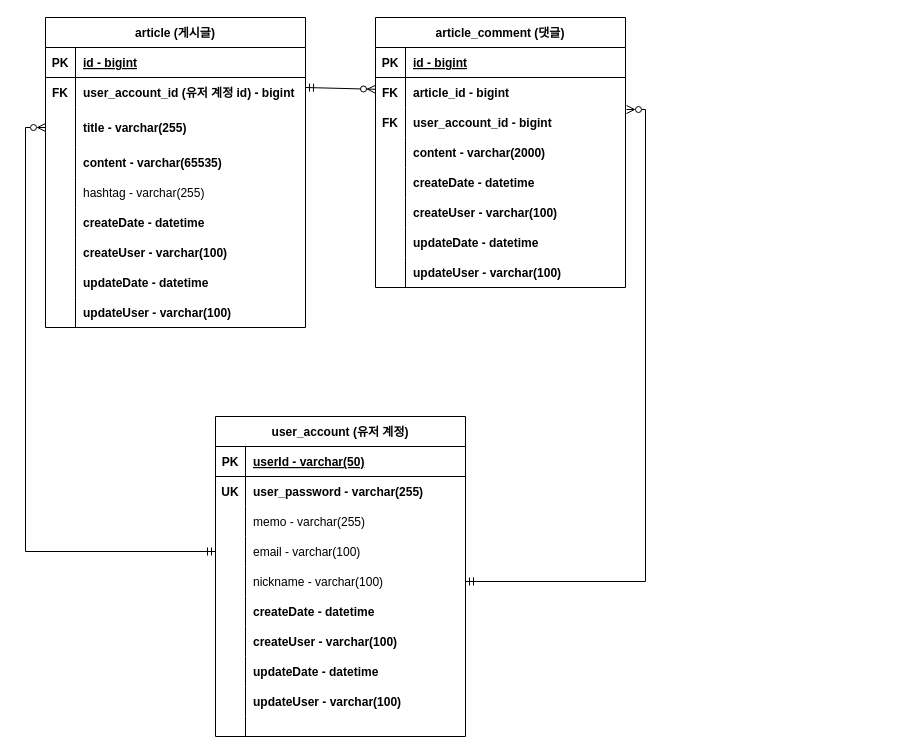
The draw.io diagram document/boardProjectERD.drawio in ChoiHyunGeun/fastcampus-project-board, before the edit. Source tidied: cells renumbered, new cells numbered last; positions are measured from the earlier drawing's top-left corner, leaving out a move shared by most shapes. Both pictures are drawn from the tidied source at 100%, with x=0, y=0 at pixel (45, 17).
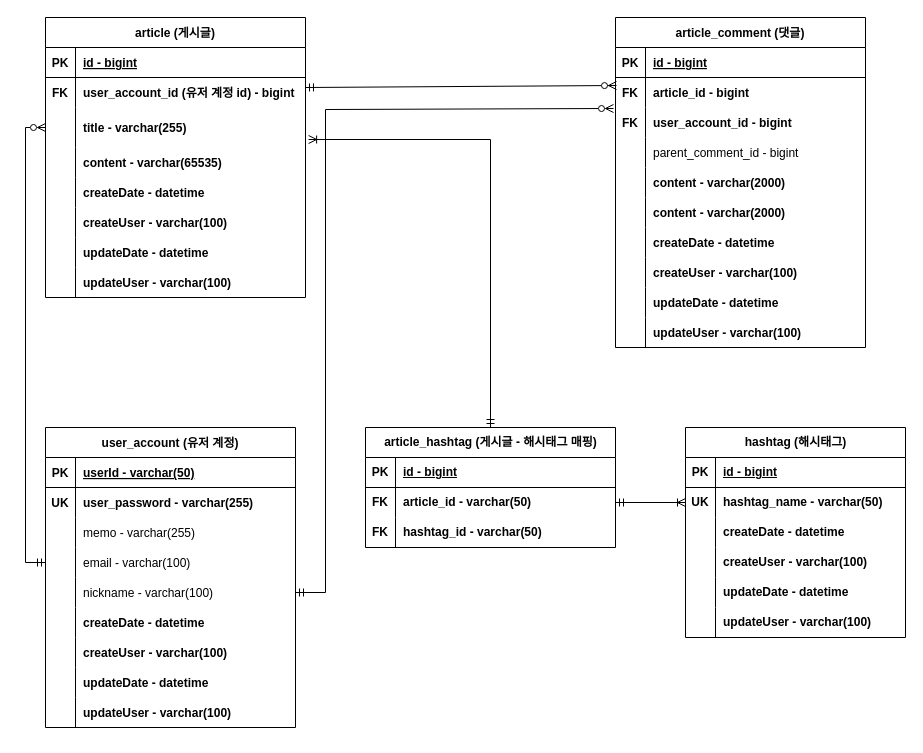
The same diagram, later.

The change refers to these unchanged cells:
```xml
<mxCell id="7" style="shape=partialRectangle;fillColor=none;points=[[0,0.5],[1,0.5]];portConstraint=eastwest;top=0;left=0;right=0;bottom=0;fontStyle=1;" parent="3" vertex="1">
  <mxGeometry y="60" width="250" height="30" as="geometry" />
</mxCell>
<mxCell id="10" style="shape=partialRectangle;fillColor=none;points=[[0,0.5],[1,0.5]];portConstraint=eastwest;top=0;left=0;right=0;bottom=0;fontStyle=1;" parent="3" vertex="1">
  <mxGeometry y="90" width="250" height="30" as="geometry" />
</mxCell>
<mxCell id="38" style="shape=partialRectangle;fillColor=none;points=[[0,0.5],[1,0.5]];portConstraint=eastwest;top=0;left=0;right=0;bottom=0;" parent="28" vertex="1">
  <mxGeometry y="120" width="250" height="30" as="geometry" />
</mxCell>
<mxCell id="41" style="shape=partialRectangle;fillColor=none;points=[[0,0.5],[1,0.5]];portConstraint=eastwest;top=0;left=0;right=0;bottom=0;" parent="28" vertex="1">
  <mxGeometry y="150" width="250" height="30" as="geometry" />
</mxCell>
<mxCell id="66" style="shape=partialRectangle;fillColor=none;points=[[0,0.5],[1,0.5]];portConstraint=eastwest;top=0;left=0;right=0;bottom=0;fontStyle=1;" parent="59" vertex="1">
  <mxGeometry y="90" width="260" height="40" as="geometry" />
</mxCell>
```

Diff of the diagram source:
```diff
@@
-    <mxCell id="2" style="endArrow=ERzeroToMany;startArrow=ERmandOne;endFill=1;startFill=0;" parent="1" edge="1" target="7">
+    <mxCell id="2" style="endArrow=ERzeroToMany;startArrow=ERmandOne;endFill=1;startFill=0;entryX=0.004;entryY=0.267;entryDx=0;entryDy=0;entryPerimeter=0;" parent="1" edge="1" target="7">
       <mxGeometry relative="1" as="geometry">
         <mxPoint x="260" y="70" as="sourcePoint" />
       </mxGeometry>
     </mxCell>
     <mxCell id="3" value="article_comment (댓글)" style="shape=table;startSize=30;childLayout=tableLayout;rowLines=0;fontStyle=1;align=center;" parent="1" vertex="1">
-      <mxGeometry x="330" width="250" height="270" as="geometry" />
+      <mxGeometry x="570" width="250" height="330" as="geometry" />
     </mxCell>
@@
+    <mxCell id="89" style="shape=partialRectangle;fillColor=none;top=0;left=0;right=0;bottom=0;fontStyle=1;" parent="3" vertex="1">
+      <mxGeometry y="120" width="250" height="30" as="geometry" />
+    </mxCell>
+    <mxCell id="90" style="shape=partialRectangle;overflow=hidden;fillColor=none;top=0;left=0;bottom=0;right=0;fontStyle=1;" parent="89" vertex="1">
+      <mxGeometry width="30" height="30" as="geometry" />
+    </mxCell>
+    <mxCell id="91" value="parent_comment_id - bigint" style="shape=partialRectangle;overflow=hidden;fillColor=none;top=0;left=0;bottom=0;right=0;align=left;spacingLeft=6;fontStyle=0;" parent="89" vertex="1">
+      <mxGeometry x="30" width="220" height="30" as="geometry" />
+    </mxCell>
+    <mxCell id="92" style="shape=partialRectangle;fillColor=none;top=0;left=0;right=0;bottom=0;fontStyle=1;" parent="3" vertex="1">
+      <mxGeometry y="150" width="250" height="30" as="geometry" />
+    </mxCell>
+    <mxCell id="93" style="shape=partialRectangle;overflow=hidden;fillColor=none;top=0;left=0;bottom=0;right=0;fontStyle=1;" parent="92" vertex="1">
+      <mxGeometry width="30" height="30" as="geometry" />
+    </mxCell>
+    <mxCell id="94" value="content - varchar(2000)" style="shape=partialRectangle;overflow=hidden;fillColor=none;top=0;left=0;bottom=0;right=0;align=left;spacingLeft=6;fontStyle=1;" parent="92" vertex="1">
+      <mxGeometry x="30" width="220" height="30" as="geometry" />
+    </mxCell>
     <mxCell id="13" style="shape=partialRectangle;fillColor=none;top=0;left=0;right=0;bottom=0;fontStyle=1;" parent="3" vertex="1">
-      <mxGeometry y="120" width="250" height="30" as="geometry" />
+      <mxGeometry y="180" width="250" height="30" as="geometry" />
     </mxCell>
@@
     <mxCell id="16" style="shape=partialRectangle;fillColor=none;top=0;left=0;right=0;bottom=0;fontStyle=1;" parent="3" vertex="1">
-      <mxGeometry y="150" width="250" height="30" as="geometry" />
+      <mxGeometry y="210" width="250" height="30" as="geometry" />
     </mxCell>
@@
     <mxCell id="19" style="shape=partialRectangle;fillColor=none;top=0;left=0;right=0;bottom=0;fontStyle=1;" parent="3" vertex="1">
-      <mxGeometry y="180" width="250" height="30" as="geometry" />
+      <mxGeometry y="240" width="250" height="30" as="geometry" />
     </mxCell>
@@
     <mxCell id="22" style="shape=partialRectangle;fillColor=none;top=0;left=0;right=0;bottom=0;fontStyle=1;" parent="3" vertex="1">
-      <mxGeometry y="210" width="250" height="30" as="geometry" />
+      <mxGeometry y="270" width="250" height="30" as="geometry" />
     </mxCell>
@@
     <mxCell id="25" style="shape=partialRectangle;fillColor=none;top=0;left=0;right=0;bottom=0;fontStyle=1;" parent="3" vertex="1">
-      <mxGeometry y="240" width="250" height="30" as="geometry" />
+      <mxGeometry y="300" width="250" height="30" as="geometry" />
     </mxCell>
@@
     <mxCell id="28" value="user_account (유저 계정)" style="shape=table;startSize=30;childLayout=tableLayout;rowLines=0;fontStyle=1;align=center;" parent="1" vertex="1">
-      <mxGeometry x="170" y="399" width="250" height="320" as="geometry" />
+      <mxGeometry y="410" width="250" height="300" as="geometry" />
     </mxCell>
@@
-    <mxCell id="56" style="shape=partialRectangle;fillColor=none;top=0;left=0;right=0;bottom=0;" parent="28" vertex="1">
-      <mxGeometry y="300" width="250" height="20" as="geometry" />
-    </mxCell>
-    <mxCell id="57" style="shape=partialRectangle;overflow=hidden;fillColor=none;top=0;left=0;bottom=0;right=0;" parent="56" vertex="1">
-      <mxGeometry width="30" height="20" as="geometry" />
-    </mxCell>
-    <mxCell id="58" style="shape=partialRectangle;overflow=hidden;fillColor=none;top=0;left=0;bottom=0;right=0;align=left;spacingLeft=6;" parent="56" vertex="1">
-      <mxGeometry x="30" width="220" height="20" as="geometry" />
-    </mxCell>
     <mxCell id="59" value="article (게시글)" style="shape=table;startSize=30;childLayout=tableLayout;rowLines=0;fontStyle=1;align=center;" parent="1" vertex="1">
-      <mxGeometry width="260" height="310" as="geometry" />
+      <mxGeometry width="260" height="280" as="geometry" />
     </mxCell>
@@
-    <mxCell id="72" style="shape=partialRectangle;fillColor=none;top=0;left=0;right=0;bottom=0;" parent="59" vertex="1">
-      <mxGeometry y="160" width="260" height="30" as="geometry" />
-    </mxCell>
-    <mxCell id="73" style="shape=partialRectangle;overflow=hidden;fillColor=none;top=0;left=0;bottom=0;right=0;" parent="72" vertex="1">
-      <mxGeometry width="30" height="30" as="geometry" />
-    </mxCell>
-    <mxCell id="74" value="hashtag - varchar(255)" style="shape=partialRectangle;overflow=hidden;fillColor=none;top=0;left=0;bottom=0;right=0;align=left;spacingLeft=6;" parent="72" vertex="1">
-      <mxGeometry x="30" width="230" height="30" as="geometry" />
-    </mxCell>
     <mxCell id="75" style="shape=partialRectangle;fillColor=none;top=0;left=0;right=0;bottom=0;fontStyle=1;" parent="59" vertex="1">
-      <mxGeometry y="190" width="260" height="30" as="geometry" />
+      <mxGeometry y="160" width="260" height="30" as="geometry" />
     </mxCell>
@@
     <mxCell id="78" style="shape=partialRectangle;fillColor=none;top=0;left=0;right=0;bottom=0;fontStyle=1;" parent="59" vertex="1">
-      <mxGeometry y="220" width="260" height="30" as="geometry" />
+      <mxGeometry y="190" width="260" height="30" as="geometry" />
     </mxCell>
@@
     <mxCell id="81" style="shape=partialRectangle;fillColor=none;top=0;left=0;right=0;bottom=0;fontStyle=1;" parent="59" vertex="1">
-      <mxGeometry y="250" width="260" height="30" as="geometry" />
+      <mxGeometry y="220" width="260" height="30" as="geometry" />
     </mxCell>
@@
     <mxCell id="84" style="shape=partialRectangle;fillColor=none;top=0;left=0;right=0;bottom=0;fontStyle=1;" parent="59" vertex="1">
-      <mxGeometry y="280" width="260" height="30" as="geometry" />
+      <mxGeometry y="250" width="260" height="30" as="geometry" />
     </mxCell>
@@
     <mxCell id="87" style="edgeStyle=orthogonalEdgeStyle;rounded=0;jettySize=auto;html=1;entryX=0;entryY=0.5;entryDx=0;entryDy=0;endArrow=ERzeroToMany;endFill=0;startArrow=ERmandOne;startFill=0;" parent="1" edge="1" source="38" target="66">
-      <mxGeometry relative="1" as="geometry" />
+      <mxGeometry relative="1" as="geometry">
+        <Array as="points">
+          <mxPoint x="-20" y="545" />
+          <mxPoint x="-20" y="110" />
+        </Array>
+      </mxGeometry>
     </mxCell>
-    <mxCell id="88" style="edgeStyle=orthogonalEdgeStyle;rounded=0;jettySize=auto;html=1;entryX=1.004;entryY=0.067;entryDx=0;entryDy=0;entryPerimeter=0;endArrow=ERzeroToMany;endFill=0;startArrow=ERmandOne;startFill=0;" parent="1" edge="1" source="41" target="10">
-      <mxGeometry relative="1" as="geometry" />
+    <mxCell id="88" style="edgeStyle=orthogonalEdgeStyle;rounded=0;jettySize=auto;html=1;endArrow=ERzeroToMany;endFill=0;startArrow=ERmandOne;startFill=0;entryX=-0.008;entryY=0.033;entryDx=0;entryDy=0;entryPerimeter=0;" parent="1" edge="1" source="41" target="10">
+      <mxGeometry relative="1" as="geometry">
+        <Array as="points">
+          <mxPoint x="280" y="575" />
+          <mxPoint x="280" y="92" />
+        </Array>
+      </mxGeometry>
     </mxCell>
+    <mxCell id="95" value="article_hashtag (게시글 - 해시태그 매핑)" style="shape=table;startSize=30;childLayout=tableLayout;rowLines=0;fontStyle=1;align=center;html=1;" parent="1" vertex="1">
+      <mxGeometry x="320" y="410" width="250" height="120" as="geometry" />
+    </mxCell>
+    <mxCell id="96" style="shape=tableRow;horizontal=0;startSize=0;swimlaneHead=0;swimlaneBody=0;fillColor=none;top=0;left=0;right=0;bottom=1;" parent="95" vertex="1">
+      <mxGeometry y="30" width="250" height="30" as="geometry" />
+    </mxCell>
+    <mxCell id="97" value="PK" style="shape=partialRectangle;fillColor=none;top=0;left=0;bottom=0;right=0;fontStyle=1;overflow=hidden;whiteSpace=wrap;html=1;" parent="96" vertex="1">
+      <mxGeometry width="30" height="30" as="geometry" />
+    </mxCell>
+    <mxCell id="98" value="id - bigint" style="shape=partialRectangle;fillColor=none;top=0;left=0;bottom=0;right=0;align=left;spacingLeft=6;fontStyle=5;overflow=hidden;whiteSpace=wrap;html=1;" parent="96" vertex="1">
+      <mxGeometry x="30" width="220" height="30" as="geometry" />
+    </mxCell>
+    <mxCell id="99" style="shape=tableRow;horizontal=0;startSize=0;swimlaneHead=0;swimlaneBody=0;fillColor=none;points=[[0,0.5],[1,0.5]];portConstraint=eastwest;top=0;left=0;right=0;bottom=0;" parent="95" vertex="1">
+      <mxGeometry y="60" width="250" height="30" as="geometry" />
+    </mxCell>
+    <mxCell id="100" value="FK" style="shape=partialRectangle;fillColor=none;top=0;left=0;bottom=0;right=0;overflow=hidden;whiteSpace=wrap;html=1;fontStyle=1;" parent="99" vertex="1">
+      <mxGeometry width="30" height="30" as="geometry" />
+    </mxCell>
+    <mxCell id="101" value="article_id - varchar(50)" style="shape=partialRectangle;fillColor=none;top=0;left=0;bottom=0;right=0;align=left;spacingLeft=6;overflow=hidden;whiteSpace=wrap;html=1;fontStyle=1;" parent="99" vertex="1">
+      <mxGeometry x="30" width="220" height="30" as="geometry" />
+    </mxCell>
+    <mxCell id="102" style="shape=tableRow;horizontal=0;startSize=0;swimlaneHead=0;swimlaneBody=0;fillColor=none;top=0;left=0;right=0;bottom=0;" parent="95" vertex="1">
+      <mxGeometry y="90" width="250" height="30" as="geometry" />
+    </mxCell>
+    <mxCell id="103" value="FK" style="shape=partialRectangle;fillColor=none;top=0;left=0;bottom=0;right=0;overflow=hidden;whiteSpace=wrap;html=1;fontStyle=1;" parent="102" vertex="1">
+      <mxGeometry width="30" height="30" as="geometry" />
+    </mxCell>
+    <mxCell id="104" value="&lt;b&gt;hashtag_id - varchar(50)&lt;/b&gt;" style="shape=partialRectangle;fillColor=none;top=0;left=0;bottom=0;right=0;align=left;spacingLeft=6;overflow=hidden;whiteSpace=wrap;html=1;" parent="102" vertex="1">
+      <mxGeometry x="30" width="220" height="30" as="geometry" />
+    </mxCell>
+    <mxCell id="105" value="hashtag (해시태그)" style="shape=table;startSize=30;childLayout=tableLayout;rowLines=0;fontStyle=1;align=center;html=1;" parent="1" vertex="1">
+      <mxGeometry x="640" y="410" width="220" height="210" as="geometry" />
+    </mxCell>
+    <mxCell id="106" style="shape=tableRow;horizontal=0;startSize=0;swimlaneHead=0;swimlaneBody=0;fillColor=none;top=0;left=0;right=0;bottom=1;" parent="105" vertex="1">
+      <mxGeometry y="30" width="220" height="30" as="geometry" />
+    </mxCell>
+    <mxCell id="107" value="PK" style="shape=partialRectangle;fillColor=none;top=0;left=0;bottom=0;right=0;fontStyle=1;overflow=hidden;whiteSpace=wrap;html=1;" parent="106" vertex="1">
+      <mxGeometry width="30" height="30" as="geometry" />
+    </mxCell>
+    <mxCell id="108" value="id - bigint" style="shape=partialRectangle;fillColor=none;top=0;left=0;bottom=0;right=0;align=left;spacingLeft=6;fontStyle=5;overflow=hidden;whiteSpace=wrap;html=1;" parent="106" vertex="1">
+      <mxGeometry x="30" width="190" height="30" as="geometry" />
+    </mxCell>
+    <mxCell id="109" style="shape=tableRow;horizontal=0;startSize=0;swimlaneHead=0;swimlaneBody=0;fillColor=none;points=[[0,0.5],[1,0.5]];portConstraint=eastwest;top=0;left=0;right=0;bottom=0;" parent="105" vertex="1">
+      <mxGeometry y="60" width="220" height="30" as="geometry" />
+    </mxCell>
+    <mxCell id="110" value="UK" style="shape=partialRectangle;fillColor=none;top=0;left=0;bottom=0;right=0;overflow=hidden;whiteSpace=wrap;html=1;fontStyle=1;" parent="109" vertex="1">
+      <mxGeometry width="30" height="30" as="geometry" />
+    </mxCell>
+    <mxCell id="111" value="hashtag_name - varchar(50)" style="shape=partialRectangle;fillColor=none;top=0;left=0;bottom=0;right=0;align=left;spacingLeft=6;overflow=hidden;whiteSpace=wrap;html=1;fontStyle=1;" parent="109" vertex="1">
+      <mxGeometry x="30" width="190" height="30" as="geometry" />
+    </mxCell>
+    <mxCell id="112" style="shape=tableRow;horizontal=0;startSize=0;swimlaneHead=0;swimlaneBody=0;fillColor=none;top=0;left=0;right=0;bottom=0;" parent="105" vertex="1">
+      <mxGeometry y="90" width="220" height="30" as="geometry" />
+    </mxCell>
+    <mxCell id="113" style="shape=partialRectangle;fillColor=none;top=0;left=0;bottom=0;right=0;overflow=hidden;whiteSpace=wrap;html=1;" parent="112" vertex="1">
+      <mxGeometry width="30" height="30" as="geometry" />
+    </mxCell>
+    <mxCell id="114" value="createDate - datetime" style="shape=partialRectangle;fillColor=none;top=0;left=0;bottom=0;right=0;align=left;spacingLeft=6;overflow=hidden;whiteSpace=wrap;html=1;fontStyle=1;" parent="112" vertex="1">
+      <mxGeometry x="30" width="190" height="30" as="geometry" />
+    </mxCell>
+    <mxCell id="115" style="shape=tableRow;horizontal=0;startSize=0;swimlaneHead=0;swimlaneBody=0;fillColor=none;top=0;left=0;right=0;bottom=0;" parent="105" vertex="1">
+      <mxGeometry y="120" width="220" height="30" as="geometry" />
+    </mxCell>
+    <mxCell id="116" style="shape=partialRectangle;fillColor=none;top=0;left=0;bottom=0;right=0;overflow=hidden;whiteSpace=wrap;html=1;" parent="115" vertex="1">
+      <mxGeometry width="30" height="30" as="geometry" />
+    </mxCell>
+    <mxCell id="117" value="createUser - varchar(100)" style="shape=partialRectangle;fillColor=none;top=0;left=0;bottom=0;right=0;align=left;spacingLeft=6;overflow=hidden;whiteSpace=wrap;html=1;fontStyle=1;" parent="115" vertex="1">
+      <mxGeometry x="30" width="190" height="30" as="geometry" />
+    </mxCell>
+    <mxCell id="118" style="shape=tableRow;horizontal=0;startSize=0;swimlaneHead=0;swimlaneBody=0;fillColor=none;top=0;left=0;right=0;bottom=0;" parent="105" vertex="1">
+      <mxGeometry y="150" width="220" height="30" as="geometry" />
+    </mxCell>
+    <mxCell id="119" style="shape=partialRectangle;fillColor=none;top=0;left=0;bottom=0;right=0;overflow=hidden;whiteSpace=wrap;html=1;" parent="118" vertex="1">
+      <mxGeometry width="30" height="30" as="geometry" />
+    </mxCell>
+    <mxCell id="120" value="updateDate - datetime" style="shape=partialRectangle;fillColor=none;top=0;left=0;bottom=0;right=0;align=left;spacingLeft=6;overflow=hidden;whiteSpace=wrap;html=1;fontStyle=1;" parent="118" vertex="1">
+      <mxGeometry x="30" width="190" height="30" as="geometry" />
+    </mxCell>
+    <mxCell id="121" style="shape=tableRow;horizontal=0;startSize=0;swimlaneHead=0;swimlaneBody=0;fillColor=none;top=0;left=0;right=0;bottom=0;" parent="105" vertex="1">
+      <mxGeometry y="180" width="220" height="30" as="geometry" />
+    </mxCell>
+    <mxCell id="122" style="shape=partialRectangle;fillColor=none;top=0;left=0;bottom=0;right=0;overflow=hidden;whiteSpace=wrap;html=1;" parent="121" vertex="1">
+      <mxGeometry width="30" height="30" as="geometry" />
+    </mxCell>
+    <mxCell id="123" value="updateUser - varchar(100)" style="shape=partialRectangle;fillColor=none;top=0;left=0;bottom=0;right=0;align=left;spacingLeft=6;overflow=hidden;whiteSpace=wrap;html=1;fontStyle=1;" parent="121" vertex="1">
+      <mxGeometry x="30" width="190" height="30" as="geometry" />
+    </mxCell>
+    <mxCell id="124" style="edgeStyle=orthogonalEdgeStyle;rounded=0;jettySize=auto;html=1;entryX=1.012;entryY=0.8;entryDx=0;entryDy=0;entryPerimeter=0;endArrow=ERoneToMany;endFill=0;startArrow=ERmandOne;startFill=0;" parent="1" edge="1" source="95" target="66">
+      <mxGeometry relative="1" as="geometry" />
+    </mxCell>
+    <mxCell id="125" style="edgeStyle=orthogonalEdgeStyle;rounded=0;jettySize=auto;html=1;entryX=0;entryY=0.5;entryDx=0;entryDy=0;endArrow=ERoneToMany;endFill=0;startArrow=ERmandOne;startFill=0;" parent="1" edge="1" source="99" target="109">
+      <mxGeometry relative="1" as="geometry" />
+    </mxCell>
```
